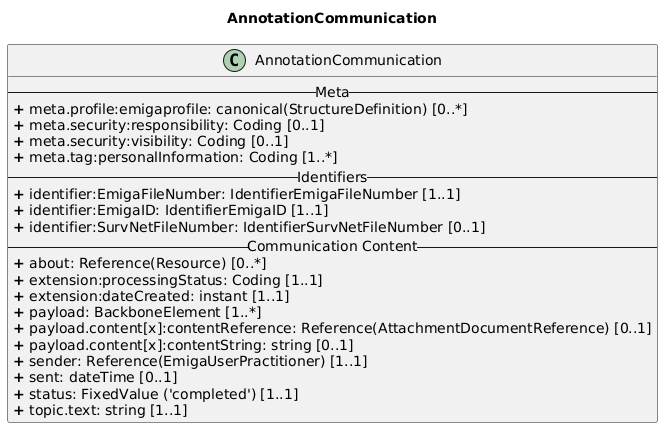
The PlantUML diagram rki.emiga.common/guides/implementationguides.common/PlantUML/PNGs/AnnotationCommunication.png in robert-koch-institut/rki.emiga.common, before a commit.
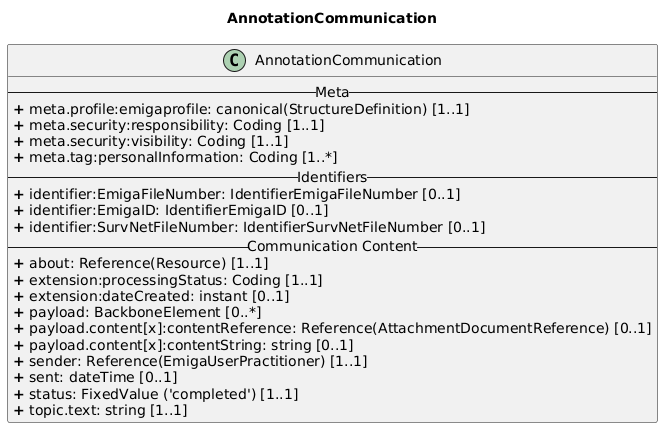
Later version of the same file.

Diff of the diagram source:
```diff
@@ -5,19 +5,19 @@
 
 class AnnotationCommunication{
 -- Meta --
-<b>+</b> meta.profile:emigaprofile: canonical(StructureDefinition) [0..*]
-<b>+</b> meta.security:responsibility: Coding [0..1]
-<b>+</b> meta.security:visibility: Coding [0..1]
+<b>+</b> meta.profile:emigaprofile: canonical(StructureDefinition) [1..1]
+<b>+</b> meta.security:responsibility: Coding [1..1]
+<b>+</b> meta.security:visibility: Coding [1..1]
 <b>+</b> meta.tag:personalInformation: Coding [1..*]
 -- Identifiers --
-<b>+</b> identifier:EmigaFileNumber: IdentifierEmigaFileNumber [1..1]
-<b>+</b> identifier:EmigaID: IdentifierEmigaID [1..1]
+<b>+</b> identifier:EmigaFileNumber: IdentifierEmigaFileNumber [0..1]
+<b>+</b> identifier:EmigaID: IdentifierEmigaID [0..1]
 <b>+</b> identifier:SurvNetFileNumber: IdentifierSurvNetFileNumber [0..1]
 -- Communication Content --
-<b>+</b> about: Reference(Resource) [0..*]
+<b>+</b> about: Reference(Resource) [1..1]
 <b>+</b> extension:processingStatus: Coding [1..1]
-<b>+</b> extension:dateCreated: instant [1..1]
-<b>+</b> payload: BackboneElement [1..*]
+<b>+</b> extension:dateCreated: instant [0..1]
+<b>+</b> payload: BackboneElement [0..*]
 <b>+</b> payload.content[x]:contentReference: Reference(AttachmentDocumentReference) [0..1]
 <b>+</b> payload.content[x]:contentString: string [0..1]
 <b>+</b> sender: Reference(EmigaUserPractitioner) [1..1]
```
